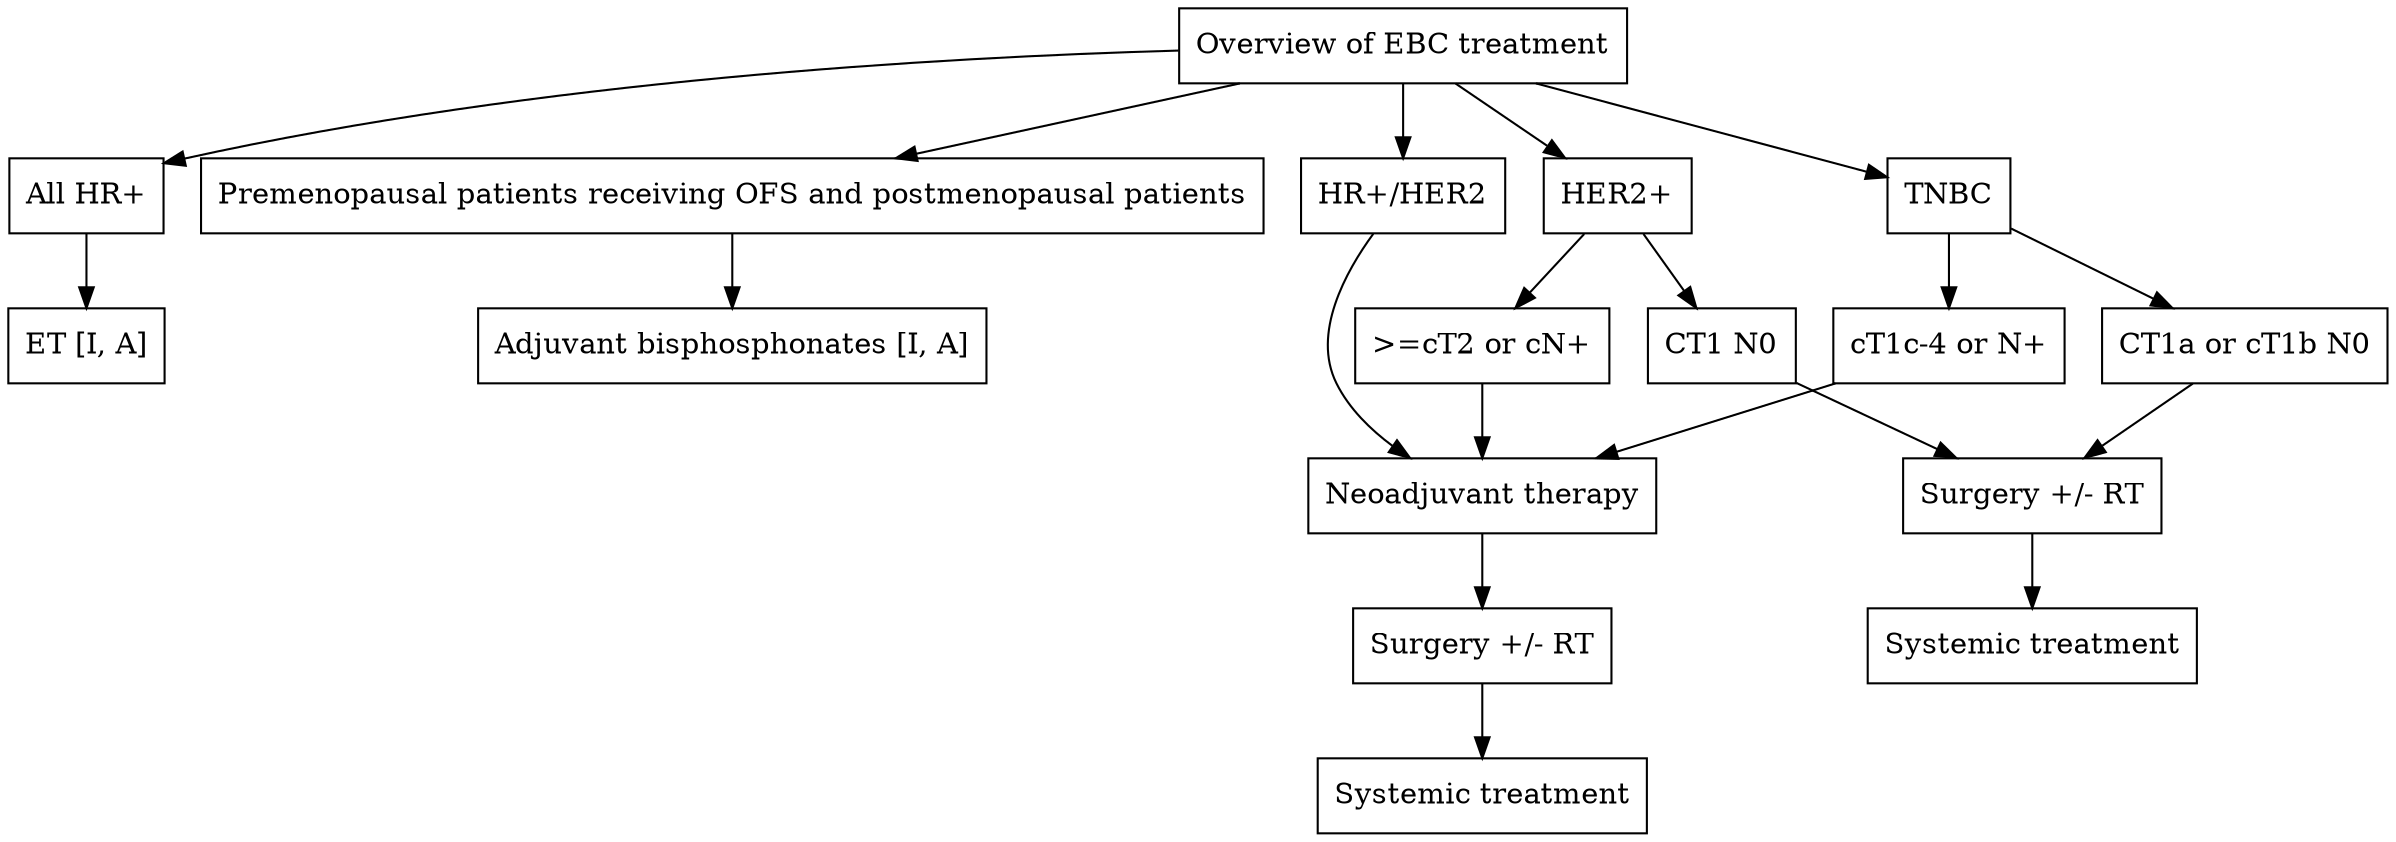
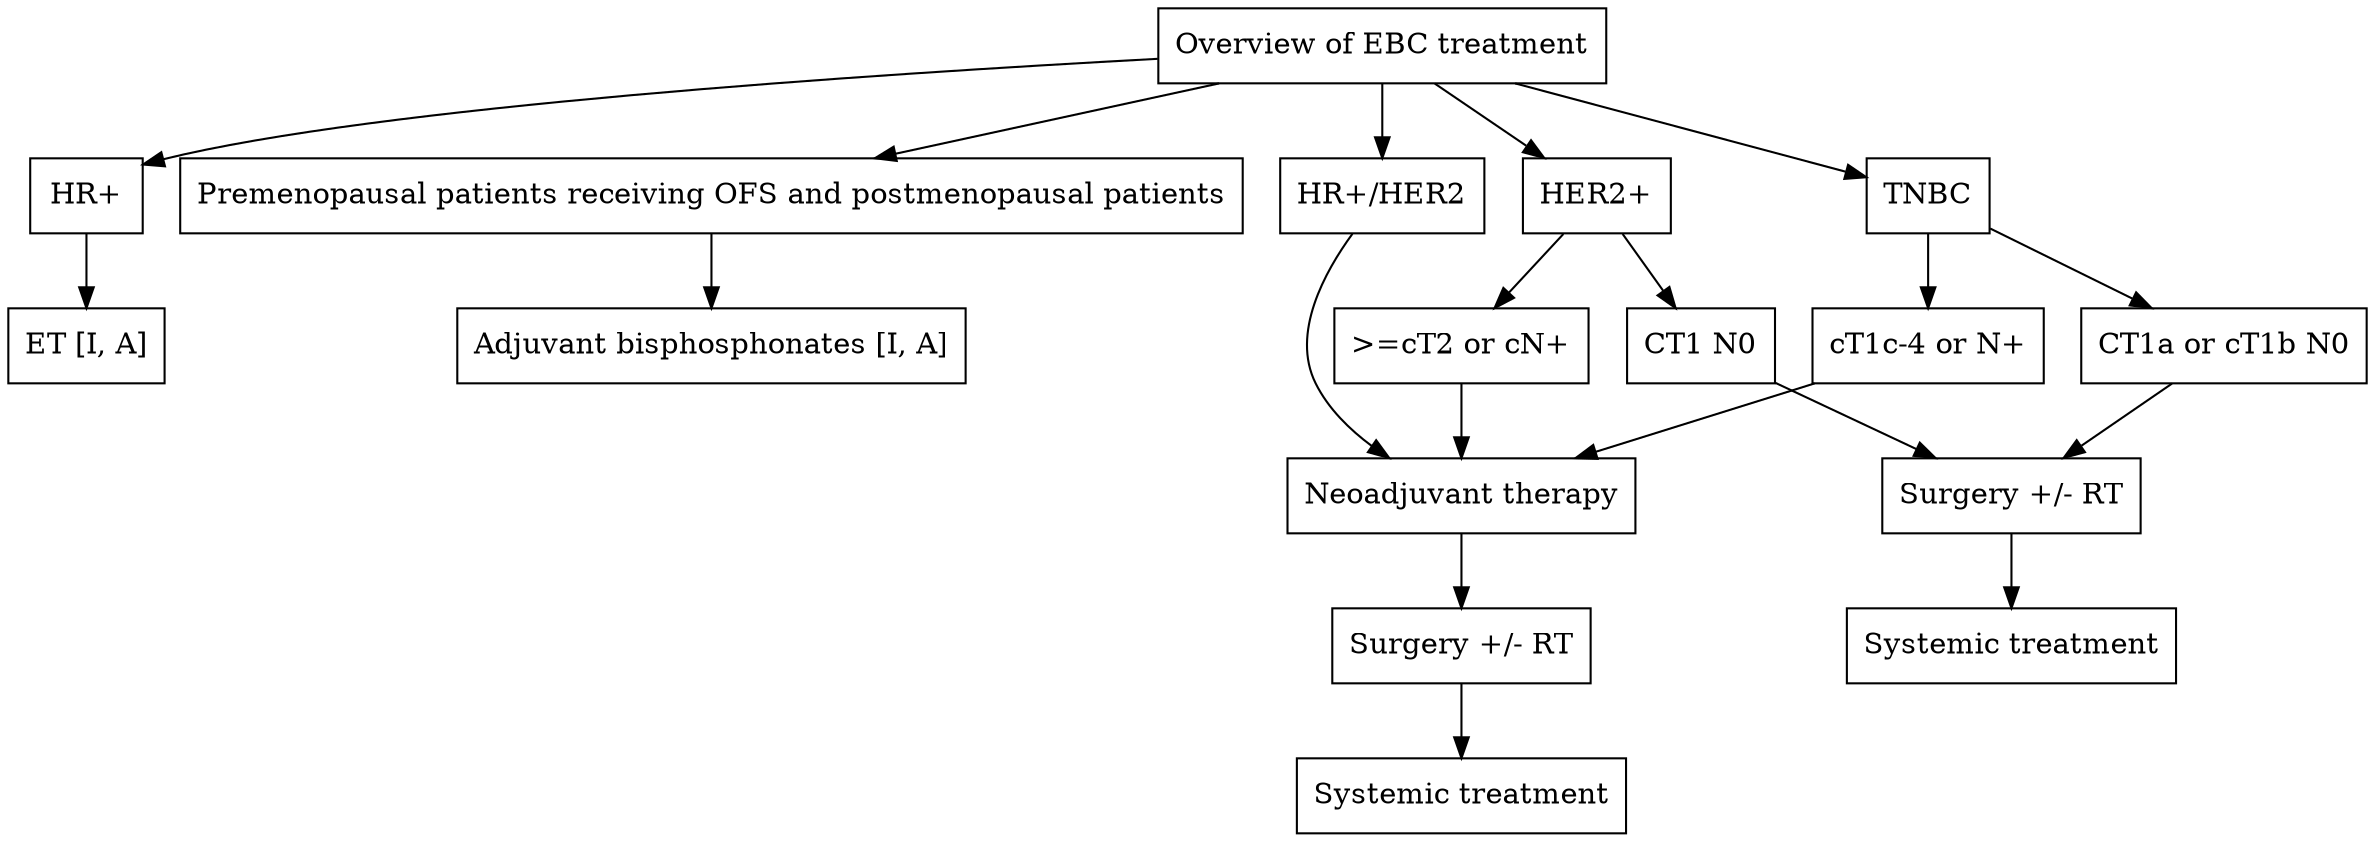
digraph G {
  rankdir=TB;

  r  [label="Overview of EBC treatment", shape=box];

-   a1 [label="All HR+", shape=box];
+   a1 [label="HR+", shape=box];
  t1 [label="ET [I, A]", shape=box];

  a2 [label="Premenopausal patients receiving OFS and postmenopausal patients", shape=box];
  t2 [label="Adjuvant bisphosphonates [I, A]", shape=box];

  a3 [label="HR+/HER2", shape=box];

  t3 [label="Neoadjuvant therapy", shape=box];
  t4 [label="Surgery +/- RT", shape=box];
  t5 [label="Systemic treatment", shape=box];

  t6 [label="Surgery +/- RT", shape=box];
  t7 [label="Systemic treatment", shape=box];

  a4 [label="HER2+", shape=box];

  b1 [label="CT1 N0", shape=box];
  b2 [label=">=cT2 or cN+", shape=box];

  a5 [label="TNBC", shape=box];

  b3 [label="CT1a or cT1b N0", shape=box];
  b4 [label="cT1c-4 or N+", shape=box];

  r -> a1;
  r -> a2;
  r -> a3;
  r -> a4;
  r -> a5;

  a1 -> t1;
  a2 -> t2;

  a3 -> t3;
  t3 -> t4;
  t4 -> t5;

  a4 -> b1;
  a4 -> b2;

  b1 -> t6;
  t6 -> t7;

  b2 -> t3;

  a5 -> b3;
  a5 -> b4;

  b3 -> t6;
  b4 -> t3;
}
